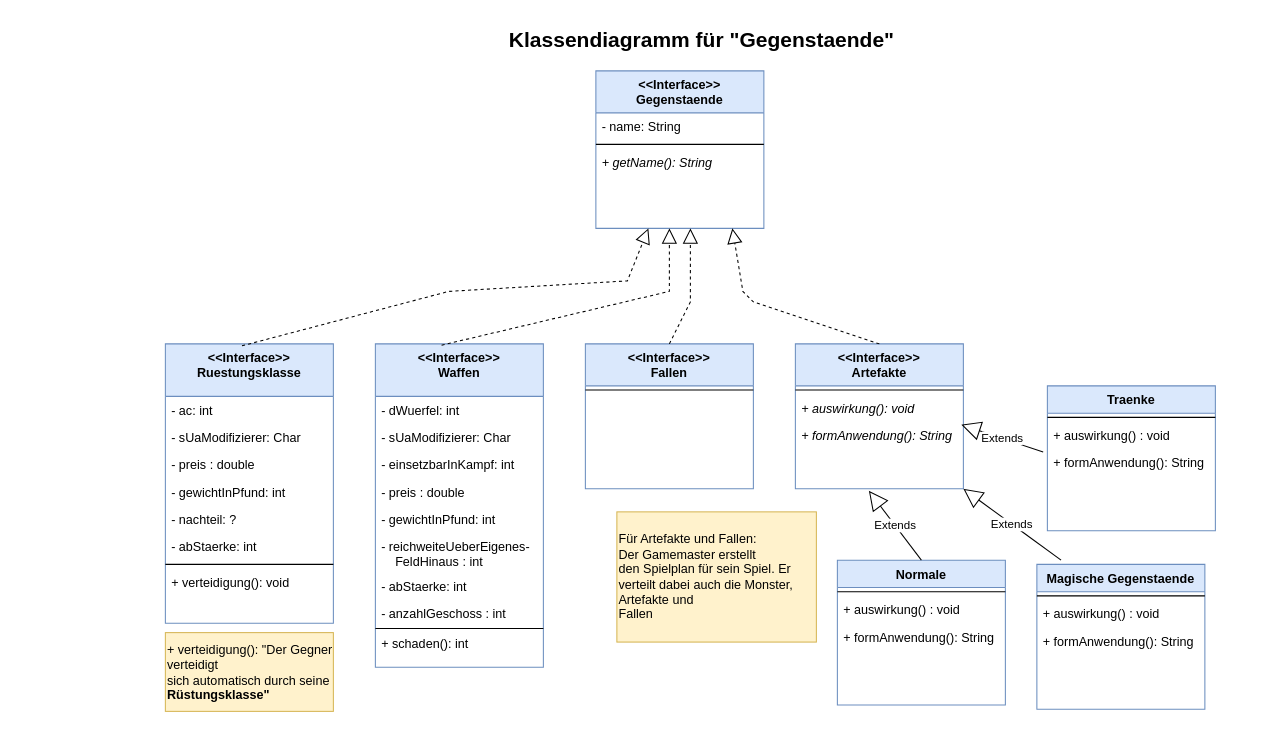
Above: src/template/gegenstaende/gegenstaende.drawio in Nasanin-Parast/Rollenspiel (draw.io), before the change. Source tidied: cells renumbered, new cells numbered last; positions are measured from the earlier drawing's top-left corner, leaving out a move shared by most shapes. Both pictures are drawn from the tidied source at 105%, with x=0, y=0 at pixel (165, 18).
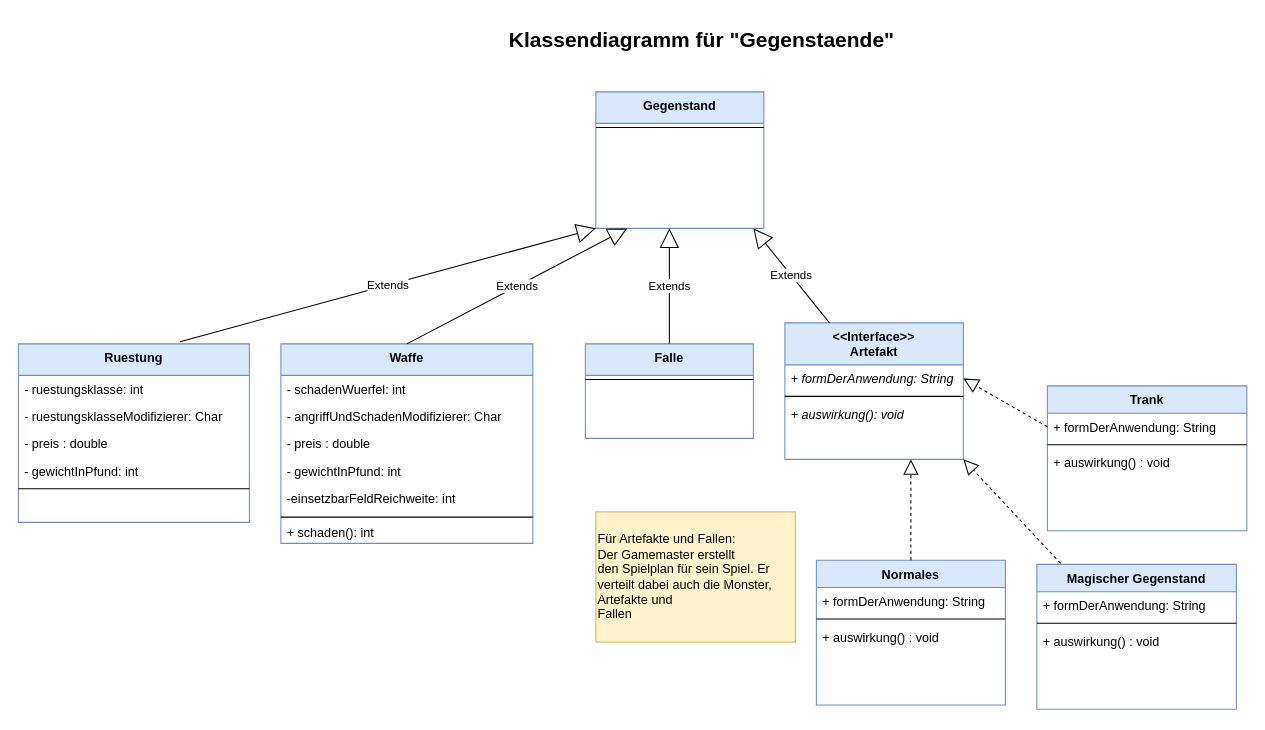
After the change.

Commit message (it also covers changes not shown here):
Driagramm Gegenstände bearbeitet

Change to the diagram source:
```diff
@@
-    <mxCell id="2" value="&lt;&lt;Interface&gt;&gt;&#10;Gegenstaende" style="swimlane;fontStyle=1;align=center;verticalAlign=top;horizontal=1;startSize=40;rounded=0;shadow=0;strokeWidth=1;fillColor=#dae8fc;strokeColor=#6c8ebf;" parent="1" vertex="1">
-      <mxGeometry x="410" y="50" width="160" height="150" as="geometry" />
+    <mxCell id="2" value="Gegenstand" style="swimlane;fontStyle=1;align=center;verticalAlign=top;horizontal=1;startSize=30;rounded=0;shadow=0;strokeWidth=1;fillColor=#dae8fc;strokeColor=#6c8ebf;" parent="1" vertex="1">
+      <mxGeometry x="410" y="70" width="160" height="130" as="geometry" />
     </mxCell>
-    <mxCell id="3" value="- name: String" style="text;align=left;verticalAlign=top;spacingLeft=4;spacingRight=4;overflow=hidden;" parent="2" vertex="1">
-      <mxGeometry y="40" width="160" height="26" as="geometry" />
-    </mxCell>
     <mxCell id="4" style="line;html=1;strokeWidth=1;align=left;verticalAlign=middle;spacingTop=-1;spacingLeft=3;spacingRight=3;labelPosition=right;" parent="2" vertex="1">
-      <mxGeometry y="66" width="160" height="8" as="geometry" />
+      <mxGeometry y="30" width="160" height="8" as="geometry" />
     </mxCell>
-    <mxCell id="5" value="+ getName(): String" style="text;align=left;verticalAlign=top;spacingLeft=4;spacingRight=4;overflow=hidden;fontStyle=2;" parent="2" vertex="1">
-      <mxGeometry y="74" width="160" height="26" as="geometry" />
-    </mxCell>
-    <mxCell id="6" value="&lt;&lt;Interface&gt;&gt;&#10;Ruestungsklasse" style="swimlane;fontStyle=1;align=center;verticalAlign=top;horizontal=1;startSize=50;rounded=0;shadow=0;strokeWidth=1;fillColor=#dae8fc;strokeColor=#6c8ebf;" parent="1" vertex="1">
-      <mxGeometry y="310" width="160" height="266" as="geometry" />
+    <mxCell id="6" value="Ruestung" style="swimlane;fontStyle=1;align=center;verticalAlign=top;horizontal=1;startSize=30;rounded=0;shadow=0;strokeWidth=1;fillColor=#dae8fc;strokeColor=#6c8ebf;" parent="1" vertex="1">
+      <mxGeometry x="-140" y="310" width="220" height="170" as="geometry" />
     </mxCell>
-    <mxCell id="7" value="- ac: int" style="text;align=left;verticalAlign=top;spacingLeft=4;spacingRight=4;overflow=hidden;" parent="6" vertex="1">
-      <mxGeometry y="50" width="160" height="26" as="geometry" />
+    <mxCell id="7" value="- ruestungsklasse: int" style="text;align=left;verticalAlign=top;spacingLeft=4;spacingRight=4;overflow=hidden;" parent="6" vertex="1">
+      <mxGeometry y="30" width="220" height="26" as="geometry" />
     </mxCell>
-    <mxCell id="8" value="- sUaModifizierer: Char" style="text;align=left;verticalAlign=top;spacingLeft=4;spacingRight=4;overflow=hidden;" parent="6" vertex="1">
-      <mxGeometry y="76" width="160" height="26" as="geometry" />
+    <mxCell id="8" value="- ruestungsklasseModifizierer: Char" style="text;align=left;verticalAlign=top;spacingLeft=4;spacingRight=4;overflow=hidden;" parent="6" vertex="1">
+      <mxGeometry y="56" width="220" height="26" as="geometry" />
     </mxCell>
     <mxCell id="9" value="- preis : double" style="text;align=left;verticalAlign=top;spacingLeft=4;spacingRight=4;overflow=hidden;" parent="6" vertex="1">
-      <mxGeometry y="102" width="160" height="26" as="geometry" />
+      <mxGeometry y="82" width="220" height="26" as="geometry" />
     </mxCell>
     <mxCell id="10" value="- gewichtInPfund: int" style="text;align=left;verticalAlign=top;spacingLeft=4;spacingRight=4;overflow=hidden;" parent="6" vertex="1">
-      <mxGeometry y="128" width="160" height="26" as="geometry" />
+      <mxGeometry y="108" width="220" height="26" as="geometry" />
     </mxCell>
-    <mxCell id="11" value="- nachteil: ?" style="text;align=left;verticalAlign=top;spacingLeft=4;spacingRight=4;overflow=hidden;" parent="6" vertex="1">
-      <mxGeometry y="154" width="160" height="26" as="geometry" />
-    </mxCell>
-    <mxCell id="12" value="- abStaerke: int" style="text;align=left;verticalAlign=top;spacingLeft=4;spacingRight=4;overflow=hidden;" parent="6" vertex="1">
-      <mxGeometry y="180" width="160" height="26" as="geometry" />
-    </mxCell>
     <mxCell id="13" style="line;html=1;strokeWidth=1;align=left;verticalAlign=middle;spacingTop=-1;spacingLeft=3;spacingRight=3;labelPosition=right;" parent="6" vertex="1">
-      <mxGeometry y="206" width="160" height="8" as="geometry" />
+      <mxGeometry y="134" width="220" height="8" as="geometry" />
     </mxCell>
-    <mxCell id="14" value="+ verteidigung(): void" style="text;align=left;verticalAlign=top;spacingLeft=4;spacingRight=4;overflow=hidden;fontStyle=0;" parent="6" vertex="1">
-      <mxGeometry y="214" width="160" height="26" as="geometry" />
-    </mxCell>
-    <mxCell id="15" value="&lt;&lt;Interface&gt;&gt;&#10;Waffen" style="swimlane;fontStyle=1;align=center;verticalAlign=top;horizontal=1;startSize=50;rounded=0;shadow=0;strokeWidth=1;fillColor=#dae8fc;strokeColor=#6c8ebf;" parent="1" vertex="1">
-      <mxGeometry x="200" y="310" width="160" height="308" as="geometry" />
+    <mxCell id="15" value="Waffe" style="swimlane;fontStyle=1;align=center;verticalAlign=top;horizontal=1;startSize=30;rounded=0;shadow=0;strokeWidth=1;fillColor=#dae8fc;strokeColor=#6c8ebf;" parent="1" vertex="1">
+      <mxGeometry x="110" y="310" width="240" height="190" as="geometry" />
     </mxCell>
-    <mxCell id="16" value="- dWuerfel: int" style="text;align=left;verticalAlign=top;spacingLeft=4;spacingRight=4;overflow=hidden;" parent="15" vertex="1">
-      <mxGeometry y="50" width="160" height="26" as="geometry" />
+    <mxCell id="16" value="- schadenWuerfel: int" style="text;align=left;verticalAlign=top;spacingLeft=4;spacingRight=4;overflow=hidden;" parent="15" vertex="1">
+      <mxGeometry y="30" width="240" height="26" as="geometry" />
     </mxCell>
-    <mxCell id="17" value="- sUaModifizierer: Char" style="text;align=left;verticalAlign=top;spacingLeft=4;spacingRight=4;overflow=hidden;" parent="15" vertex="1">
-      <mxGeometry y="76" width="160" height="26" as="geometry" />
+    <mxCell id="17" value="- angriffUndSchadenModifizierer: Char" style="text;align=left;verticalAlign=top;spacingLeft=4;spacingRight=4;overflow=hidden;" parent="15" vertex="1">
+      <mxGeometry y="56" width="240" height="26" as="geometry" />
     </mxCell>
-    <mxCell id="18" value="- einsetzbarInKampf: int" style="text;align=left;verticalAlign=top;spacingLeft=4;spacingRight=4;overflow=hidden;" parent="15" vertex="1">
-      <mxGeometry y="102" width="160" height="26" as="geometry" />
-    </mxCell>
     <mxCell id="19" value="- preis : double" style="text;align=left;verticalAlign=top;spacingLeft=4;spacingRight=4;overflow=hidden;" parent="15" vertex="1">
-      <mxGeometry y="128" width="160" height="26" as="geometry" />
+      <mxGeometry y="82" width="240" height="26" as="geometry" />
     </mxCell>
     <mxCell id="20" value="- gewichtInPfund: int" style="text;align=left;verticalAlign=top;spacingLeft=4;spacingRight=4;overflow=hidden;" parent="15" vertex="1">
-      <mxGeometry y="154" width="160" height="26" as="geometry" />
+      <mxGeometry y="108" width="240" height="26" as="geometry" />
     </mxCell>
-    <mxCell id="21" value="- reichweiteUeberEigenes-&#10;    FeldHinaus : int" style="text;align=left;verticalAlign=top;spacingLeft=4;spacingRight=4;overflow=hidden;" parent="15" vertex="1">
-      <mxGeometry y="180" width="160" height="38" as="geometry" />
+    <mxCell id="21" value="-einsetzbarFeldReichweite: int" style="text;align=left;verticalAlign=top;spacingLeft=4;spacingRight=4;overflow=hidden;" parent="15" vertex="1">
+      <mxGeometry y="134" width="240" height="30" as="geometry" />
     </mxCell>
-    <mxCell id="22" value="- abStaerke: int" style="text;align=left;verticalAlign=top;spacingLeft=4;spacingRight=4;overflow=hidden;" parent="15" vertex="1">
-      <mxGeometry y="218" width="160" height="26" as="geometry" />
-    </mxCell>
-    <mxCell id="23" value="- anzahlGeschoss : int" style="text;align=left;verticalAlign=top;spacingLeft=4;spacingRight=4;overflow=hidden;" parent="15" vertex="1">
-      <mxGeometry y="244" width="160" height="26" as="geometry" />
-    </mxCell>
     <mxCell id="24" style="line;html=1;strokeWidth=1;align=left;verticalAlign=middle;spacingTop=-1;spacingLeft=3;spacingRight=3;labelPosition=right;" parent="15" vertex="1">
-      <mxGeometry y="270" width="160" height="2" as="geometry" />
+      <mxGeometry y="164" width="240" height="2" as="geometry" />
     </mxCell>
     <mxCell id="25" value="+ schaden(): int" style="text;align=left;verticalAlign=top;spacingLeft=4;spacingRight=4;overflow=hidden;fontStyle=0;" parent="15" vertex="1">
-      <mxGeometry y="272" width="160" height="26" as="geometry" />
+      <mxGeometry y="166" width="240" height="24" as="geometry" />
     </mxCell>
-    <mxCell id="26" value="Magische Gegenstaende" style="swimlane;fontStyle=1;align=center;verticalAlign=top;horizontal=1;startSize=26;rounded=0;shadow=0;strokeWidth=1;fillColor=#dae8fc;strokeColor=#6c8ebf;" parent="1" vertex="1">
-      <mxGeometry x="830" y="520" width="160" height="138" as="geometry" />
+    <mxCell id="26" value="Magischer Gegenstand" style="swimlane;fontStyle=1;align=center;verticalAlign=top;horizontal=1;startSize=26;rounded=0;shadow=0;strokeWidth=1;fillColor=#dae8fc;strokeColor=#6c8ebf;" parent="1" vertex="1">
+      <mxGeometry x="830" y="520" width="190" height="138" as="geometry" />
     </mxCell>
+    <mxCell id="29" value="+ formDerAnwendung: String" style="text;align=left;verticalAlign=top;spacingLeft=4;spacingRight=4;overflow=hidden;fontStyle=0;" parent="26" vertex="1">
+      <mxGeometry y="26" width="190" height="26" as="geometry" />
+    </mxCell>
     <mxCell id="27" style="line;html=1;strokeWidth=1;align=left;verticalAlign=middle;spacingTop=-1;spacingLeft=3;spacingRight=3;labelPosition=right;" parent="26" vertex="1">
-      <mxGeometry y="26" width="160" height="8" as="geometry" />
+      <mxGeometry y="52" width="190" height="8" as="geometry" />
     </mxCell>
     <mxCell id="28" value="+ auswirkung() : void" style="text;align=left;verticalAlign=top;spacingLeft=4;spacingRight=4;overflow=hidden;" parent="26" vertex="1">
-      <mxGeometry y="34" width="160" height="26" as="geometry" />
+      <mxGeometry y="60" width="190" height="26" as="geometry" />
     </mxCell>
-    <mxCell id="29" value="+ formAnwendung(): String" style="text;align=left;verticalAlign=top;spacingLeft=4;spacingRight=4;overflow=hidden;fontStyle=0;" parent="26" vertex="1">
-      <mxGeometry y="60" width="160" height="26" as="geometry" />
-    </mxCell>
-    <mxCell id="30" value="&lt;&lt;Interface&gt;&gt;&#10;Fallen" style="swimlane;fontStyle=1;align=center;verticalAlign=top;horizontal=1;startSize=40;rounded=0;shadow=0;strokeWidth=1;fillColor=#dae8fc;strokeColor=#6c8ebf;" parent="1" vertex="1">
-      <mxGeometry x="400" y="310" width="160" height="138" as="geometry" />
+    <mxCell id="30" value="Falle" style="swimlane;fontStyle=1;align=center;verticalAlign=top;horizontal=1;startSize=30;rounded=0;shadow=0;strokeWidth=1;fillColor=#dae8fc;strokeColor=#6c8ebf;" parent="1" vertex="1">
+      <mxGeometry x="400" y="310" width="160" height="90" as="geometry" />
     </mxCell>
     <mxCell id="31" style="line;html=1;strokeWidth=1;align=left;verticalAlign=middle;spacingTop=-1;spacingLeft=3;spacingRight=3;labelPosition=right;" parent="30" vertex="1">
-      <mxGeometry y="40" width="160" height="8" as="geometry" />
+      <mxGeometry y="30" width="160" height="8" as="geometry" />
     </mxCell>
-    <mxCell id="32" value="Traenke" style="swimlane;fontStyle=1;align=center;verticalAlign=top;horizontal=1;startSize=26;rounded=0;shadow=0;strokeWidth=1;fillColor=#dae8fc;strokeColor=#6c8ebf;" parent="1" vertex="1">
-      <mxGeometry x="840" y="350" width="160" height="138" as="geometry" />
+    <mxCell id="32" value="Trank" style="swimlane;fontStyle=1;align=center;verticalAlign=top;horizontal=1;startSize=26;rounded=0;shadow=0;strokeWidth=1;fillColor=#dae8fc;strokeColor=#6c8ebf;" parent="1" vertex="1">
+      <mxGeometry x="840" y="350" width="190" height="138" as="geometry" />
     </mxCell>
+    <mxCell id="35" value="+ formDerAnwendung: String" style="text;align=left;verticalAlign=top;spacingLeft=4;spacingRight=4;overflow=hidden;points=[[0,0.5],[1,0.5]];portConstraint=eastwest;fontStyle=0;" parent="32" vertex="1">
+      <mxGeometry y="26" width="190" height="26" as="geometry" />
+    </mxCell>
     <mxCell id="33" style="line;html=1;strokeWidth=1;align=left;verticalAlign=middle;spacingTop=-1;spacingLeft=3;spacingRight=3;labelPosition=right;" parent="32" vertex="1">
-      <mxGeometry y="26" width="160" height="8" as="geometry" />
+      <mxGeometry y="52" width="190" height="8" as="geometry" />
     </mxCell>
     <mxCell id="34" value="+ auswirkung() : void" style="text;align=left;verticalAlign=top;spacingLeft=4;spacingRight=4;overflow=hidden;points=[[0,0.5],[1,0.5]];portConstraint=eastwest;" parent="32" vertex="1">
-      <mxGeometry y="34" width="160" height="26" as="geometry" />
+      <mxGeometry y="60" width="190" height="26" as="geometry" />
     </mxCell>
-    <mxCell id="35" value="+ formAnwendung(): String" style="text;align=left;verticalAlign=top;spacingLeft=4;spacingRight=4;overflow=hidden;points=[[0,0.5],[1,0.5]];portConstraint=eastwest;fontStyle=0;" parent="32" vertex="1">
-      <mxGeometry y="60" width="160" height="26" as="geometry" />
-    </mxCell>
-    <mxCell id="36" value="&lt;&lt;Interface&gt;&gt;&#10;Artefakte" style="swimlane;fontStyle=1;align=center;verticalAlign=top;horizontal=1;startSize=40;rounded=0;shadow=0;strokeWidth=1;fillColor=#dae8fc;strokeColor=#6c8ebf;" parent="1" vertex="1">
-      <mxGeometry x="600" y="310" width="160" height="138" as="geometry" />
+    <mxCell id="36" value="&lt;&lt;Interface&gt;&gt;&#10;Artefakt" style="swimlane;fontStyle=1;align=center;verticalAlign=top;horizontal=1;startSize=40;rounded=0;shadow=0;strokeWidth=1;fillColor=#dae8fc;strokeColor=#6c8ebf;" parent="1" vertex="1">
+      <mxGeometry x="590" y="290" width="170" height="130" as="geometry" />
     </mxCell>
+    <mxCell id="39" value="+ formDerAnwendung: String" style="text;align=left;verticalAlign=top;spacingLeft=4;spacingRight=4;overflow=hidden;points=[[0,0.5],[1,0.5]];portConstraint=eastwest;fontStyle=2;" parent="36" vertex="1">
+      <mxGeometry y="40" width="170" height="26" as="geometry" />
+    </mxCell>
     <mxCell id="37" style="line;html=1;strokeWidth=1;align=left;verticalAlign=middle;spacingTop=-1;spacingLeft=3;spacingRight=3;labelPosition=right;" parent="36" vertex="1">
-      <mxGeometry y="40" width="160" height="8" as="geometry" />
+      <mxGeometry y="66" width="170" height="8" as="geometry" />
     </mxCell>
     <mxCell id="38" value="+ auswirkung(): void" style="text;align=left;verticalAlign=top;spacingLeft=4;spacingRight=4;overflow=hidden;points=[[0,0.5],[1,0.5]];portConstraint=eastwest;fontStyle=2;" parent="36" vertex="1">
-      <mxGeometry y="48" width="160" height="26" as="geometry" />
+      <mxGeometry y="74" width="170" height="26" as="geometry" />
     </mxCell>
-    <mxCell id="39" value="+ formAnwendung(): String" style="text;align=left;verticalAlign=top;spacingLeft=4;spacingRight=4;overflow=hidden;points=[[0,0.5],[1,0.5]];portConstraint=eastwest;fontStyle=2;" parent="36" vertex="1">
-      <mxGeometry y="74" width="160" height="26" as="geometry" />
-    </mxCell>
-    <mxCell id="40" style="endArrow=block;dashed=1;endFill=0;endSize=12;html=1;rounded=0;exitX=0.456;exitY=0.007;exitDx=0;exitDy=0;exitPerimeter=0;" parent="1" edge="1" source="6">
-      <mxGeometry relative="1" as="geometry">
-        <mxPoint x="460" y="200" as="targetPoint" />
-        <Array as="points">
-          <mxPoint x="270" y="260" />
-          <mxPoint x="440" y="250" />
-        </Array>
-      </mxGeometry>
-    </mxCell>
-    <mxCell id="41" style="endArrow=block;dashed=1;endFill=0;endSize=12;html=1;rounded=0;exitX=0.394;exitY=0.004;exitDx=0;exitDy=0;exitPerimeter=0;" parent="1" edge="1" source="15">
-      <mxGeometry relative="1" as="geometry">
-        <mxPoint x="480" y="200" as="targetPoint" />
-        <Array as="points">
-          <mxPoint x="480" y="260" />
-        </Array>
-      </mxGeometry>
-    </mxCell>
-    <mxCell id="42" style="endArrow=block;dashed=1;endFill=0;endSize=12;html=1;rounded=0;exitX=0.5;exitY=0;exitDx=0;exitDy=0;" parent="1" edge="1" source="30">
-      <mxGeometry relative="1" as="geometry">
-        <mxPoint x="500" y="200" as="targetPoint" />
-        <Array as="points">
-          <mxPoint x="500" y="270" />
-          <mxPoint x="500" y="260" />
-        </Array>
-      </mxGeometry>
-    </mxCell>
-    <mxCell id="43" style="endArrow=block;dashed=1;endFill=0;endSize=12;html=1;rounded=0;exitX=0.5;exitY=0;exitDx=0;exitDy=0;" parent="1" edge="1" source="36">
-      <mxGeometry relative="1" as="geometry">
-        <mxPoint x="540" y="200" as="targetPoint" />
-        <Array as="points">
-          <mxPoint x="560" y="270" />
-          <mxPoint x="550" y="260" />
-        </Array>
-      </mxGeometry>
-    </mxCell>
@@
-    <mxCell id="45" value="Normale" style="swimlane;fontStyle=1;align=center;verticalAlign=top;horizontal=1;startSize=26;rounded=0;shadow=0;strokeWidth=1;fillColor=#dae8fc;strokeColor=#6c8ebf;" parent="1" vertex="1">
-      <mxGeometry x="640" y="516" width="160" height="138" as="geometry" />
+    <mxCell id="45" value="Normales" style="swimlane;fontStyle=1;align=center;verticalAlign=top;horizontal=1;startSize=26;rounded=0;shadow=0;strokeWidth=1;fillColor=#dae8fc;strokeColor=#6c8ebf;" parent="1" vertex="1">
+      <mxGeometry x="620" y="516" width="180" height="138" as="geometry" />
     </mxCell>
+    <mxCell id="48" value="+ formDerAnwendung: String" style="text;align=left;verticalAlign=top;spacingLeft=4;spacingRight=4;overflow=hidden;fontStyle=0;" parent="45" vertex="1">
+      <mxGeometry y="26" width="180" height="26" as="geometry" />
+    </mxCell>
     <mxCell id="46" style="line;html=1;strokeWidth=1;align=left;verticalAlign=middle;spacingTop=-1;spacingLeft=3;spacingRight=3;labelPosition=right;" parent="45" vertex="1">
-      <mxGeometry y="26" width="160" height="8" as="geometry" />
+      <mxGeometry y="52" width="180" height="8" as="geometry" />
     </mxCell>
     <mxCell id="47" value="+ auswirkung() : void" style="text;align=left;verticalAlign=top;spacingLeft=4;spacingRight=4;overflow=hidden;" parent="45" vertex="1">
-      <mxGeometry y="34" width="160" height="26" as="geometry" />
+      <mxGeometry y="60" width="180" height="26" as="geometry" />
     </mxCell>
-    <mxCell id="48" value="+ formAnwendung(): String" style="text;align=left;verticalAlign=top;spacingLeft=4;spacingRight=4;overflow=hidden;fontStyle=0;" parent="45" vertex="1">
-      <mxGeometry y="60" width="160" height="26" as="geometry" />
-    </mxCell>
+    <mxCell id="53" value="Für Artefakte und Fallen:&lt;br&gt;Der Gamemaster erstellt&lt;br&gt;den Spielplan für sein Spiel. Er verteilt dabei auch die Monster, Artefakte und&lt;br&gt;Fallen" style="text;html=1;strokeColor=#d6b656;fillColor=#fff2cc;align=left;verticalAlign=middle;whiteSpace=wrap;rounded=0;" parent="1" vertex="1">
+      <mxGeometry x="410" y="470" width="190" height="124" as="geometry" />
+    </mxCell>
+    <mxCell id="54" style="endArrow=block;dashed=1;endFill=0;endSize=12;html=1;rounded=0;exitX=0.5;exitY=0;exitDx=0;exitDy=0;" parent="1" edge="1" source="45">
+      <mxGeometry relative="1" as="geometry">
+        <mxPoint x="710" y="420" as="targetPoint" />
+      </mxGeometry>
+    </mxCell>
+    <mxCell id="51" style="endArrow=block;dashed=1;endFill=0;endSize=12;html=1;rounded=0;exitX=0.119;exitY=-0.007;exitDx=0;exitDy=0;entryX=1;entryY=1;entryDx=0;entryDy=0;exitPerimeter=0;" parent="1" edge="1" source="26" target="36">
+      <mxGeometry relative="1" as="geometry" />
+    </mxCell>
+    <mxCell id="55" style="endArrow=block;dashed=1;endFill=0;endSize=12;html=1;rounded=0;exitX=0;exitY=0.5;exitDx=0;exitDy=0;entryX=1;entryY=0.5;entryDx=0;entryDy=0;" parent="1" edge="1" source="35" target="39">
+      <mxGeometry relative="1" as="geometry" />
+    </mxCell>
+    <mxCell id="56" value="Extends" style="endArrow=block;endSize=16;endFill=0;html=1;rounded=0;entryX=0;entryY=1;entryDx=0;entryDy=0;exitX=0.7;exitY=-0.012;exitDx=0;exitDy=0;exitPerimeter=0;" parent="1" edge="1" source="6" target="2">
+      <mxGeometry relative="1" as="geometry" />
+    </mxCell>
-    <mxCell id="49" value="Extends" style="endArrow=block;endSize=16;endFill=0;html=1;rounded=0;exitX=0.5;exitY=0;exitDx=0;exitDy=0;" parent="1" edge="1" source="45">
+    <mxCell id="49" value="Extends" style="endArrow=block;endSize=16;endFill=0;html=1;rounded=0;exitX=0.5;exitY=0;exitDx=0;exitDy=0;" parent="1" edge="1" source="15">
       <mxGeometry relative="1" as="geometry">
-        <mxPoint x="670" y="450" as="targetPoint" />
+        <mxPoint x="440" y="200" as="targetPoint" />
       </mxGeometry>
     </mxCell>
-    <mxCell id="50" value="Extends" style="endArrow=block;endSize=16;endFill=0;html=1;rounded=0;exitX=-0.025;exitY=1.115;exitDx=0;exitDy=0;entryX=0.988;entryY=1.115;entryDx=0;entryDy=0;entryPerimeter=0;exitPerimeter=0;" parent="1" edge="1" source="34" target="38">
-      <mxGeometry relative="1" as="geometry" />
-    </mxCell>
-    <mxCell id="51" value="Extends" style="endArrow=block;endSize=16;endFill=0;html=1;rounded=0;exitX=0.144;exitY=-0.029;exitDx=0;exitDy=0;entryX=1;entryY=1;entryDx=0;entryDy=0;exitPerimeter=0;" parent="1" edge="1" source="26" target="36">
-      <mxGeometry relative="1" as="geometry" />
-    </mxCell>
-    <mxCell id="52" value="+ verteidigung(): &quot;Der Gegner verteidigt&lt;br&gt;sich automatisch durch seine &lt;b&gt;Rüstungsklasse&quot;&lt;/b&gt;" style="text;html=1;strokeColor=#d6b656;fillColor=#fff2cc;align=left;verticalAlign=middle;whiteSpace=wrap;rounded=0;" parent="1" vertex="1">
-      <mxGeometry y="585" width="160" height="75" as="geometry" />
-    </mxCell>
-    <mxCell id="53" value="Für Artefakte und Fallen:&lt;br&gt;Der Gamemaster erstellt&lt;br&gt;den Spielplan für sein Spiel. Er verteilt dabei auch die Monster, Artefakte und&lt;br&gt;Fallen" style="text;html=1;strokeColor=#d6b656;fillColor=#fff2cc;align=left;verticalAlign=middle;whiteSpace=wrap;rounded=0;" parent="1" vertex="1">
-      <mxGeometry x="430" y="470" width="190" height="124" as="geometry" />
-    </mxCell>
+    <mxCell id="57" value="Extends" style="endArrow=block;endSize=16;endFill=0;html=1;rounded=0;" parent="1" edge="1" source="30">
+      <mxGeometry relative="1" as="geometry">
+        <mxPoint x="480" y="200" as="targetPoint" />
+      </mxGeometry>
+    </mxCell>
+    <mxCell id="58" value="Extends" style="endArrow=block;endSize=16;endFill=0;html=1;rounded=0;exitX=0.25;exitY=0;exitDx=0;exitDy=0;" parent="1" edge="1" source="36">
+      <mxGeometry relative="1" as="geometry">
+        <mxPoint x="560" y="200" as="targetPoint" />
+      </mxGeometry>
+    </mxCell>
```
